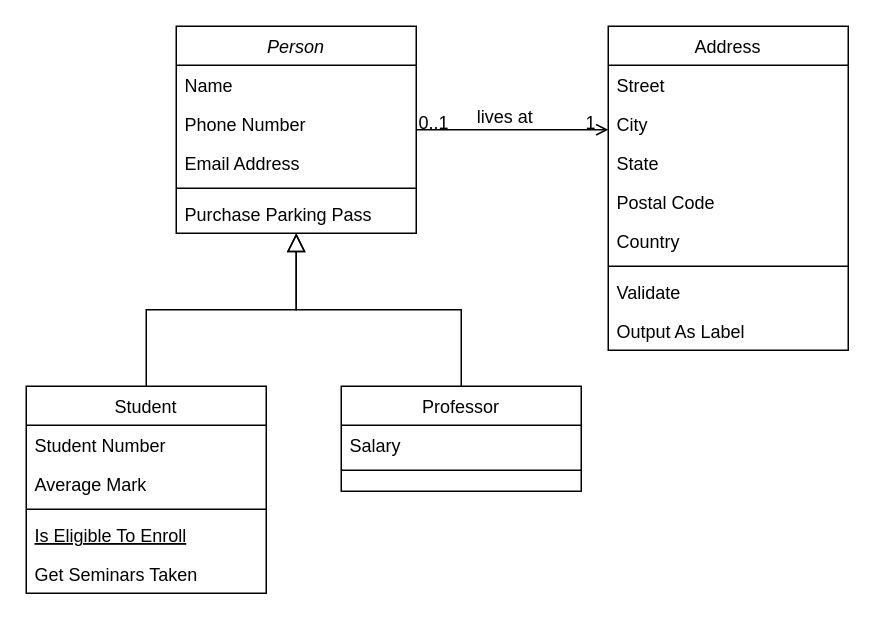
Above: Biểu đồ không có tiêu đề.drawio in anhnguyetkiki/oop_nhom7_1_1_24_N02 (draw.io), before the change. Source tidied: cells renumbered, new cells numbered last; positions are measured from the earlier drawing's top-left corner, leaving out a move shared by most shapes. Both pictures are drawn from the tidied source at 150%, with x=0, y=0 at pixel (26, 26).
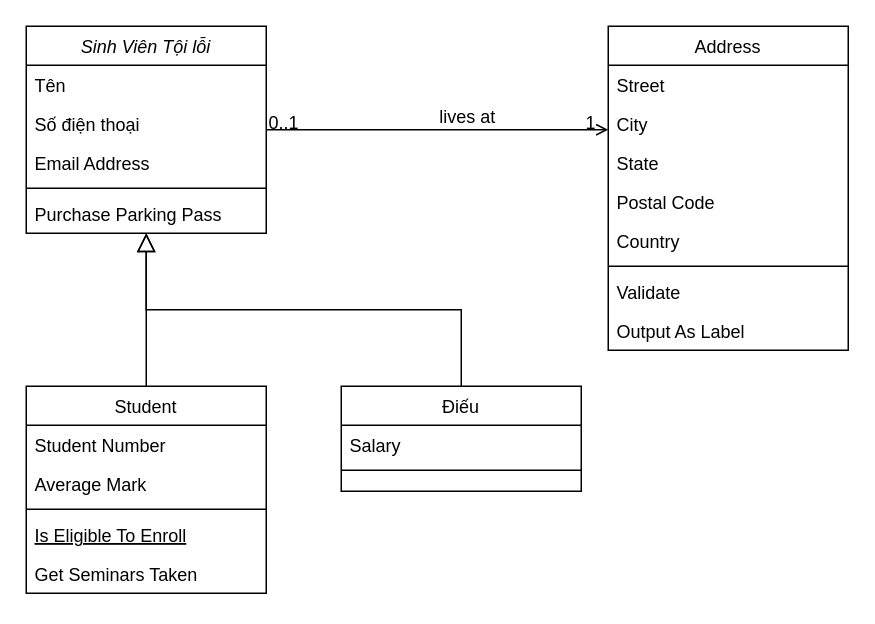
Above is the later version.

Commit message:
Cập nhật Biểu đồ không có tiêu đề.drawio

Change to the diagram source:
```diff
@@
-    <mxCell id="2" value="Person" style="swimlane;fontStyle=2;align=center;verticalAlign=top;horizontal=1;startSize=26;rounded=0;shadow=0;strokeWidth=1;" parent="1" vertex="1">
-      <mxGeometry x="100" width="160" height="138" as="geometry" />
+    <mxCell id="2" value="Sinh Viên Tội lỗi" style="swimlane;fontStyle=2;align=center;verticalAlign=top;horizontal=1;startSize=26;rounded=0;shadow=0;strokeWidth=1;" parent="1" vertex="1">
+      <mxGeometry width="160" height="138" as="geometry" />
     </mxCell>
-    <mxCell id="3" value="Name" style="text;align=left;verticalAlign=top;spacingLeft=4;spacingRight=4;overflow=hidden;" parent="2" vertex="1">
+    <mxCell id="3" value="Tên" style="text;align=left;verticalAlign=top;spacingLeft=4;spacingRight=4;overflow=hidden;" parent="2" vertex="1">
       <mxGeometry y="26" width="160" height="26" as="geometry" />
     </mxCell>
-    <mxCell id="4" value="Phone Number" style="text;align=left;verticalAlign=top;spacingLeft=4;spacingRight=4;overflow=hidden;rounded=0;shadow=0;html=0;" parent="2" vertex="1">
+    <mxCell id="4" value="Số điện thoại" style="text;align=left;verticalAlign=top;spacingLeft=4;spacingRight=4;overflow=hidden;rounded=0;shadow=0;html=0;" parent="2" vertex="1">
       <mxGeometry y="52" width="160" height="26" as="geometry" />
     </mxCell>
@@
-    <mxCell id="15" value="Professor" style="swimlane;fontStyle=0;align=center;verticalAlign=top;horizontal=1;startSize=26;rounded=0;shadow=0;strokeWidth=1;" parent="1" vertex="1">
+    <mxCell id="15" value="Điếu" style="swimlane;fontStyle=0;align=center;verticalAlign=top;horizontal=1;startSize=26;rounded=0;shadow=0;strokeWidth=1;" parent="1" vertex="1">
       <mxGeometry x="210" y="240" width="160" height="70" as="geometry" />
     </mxCell>
```
